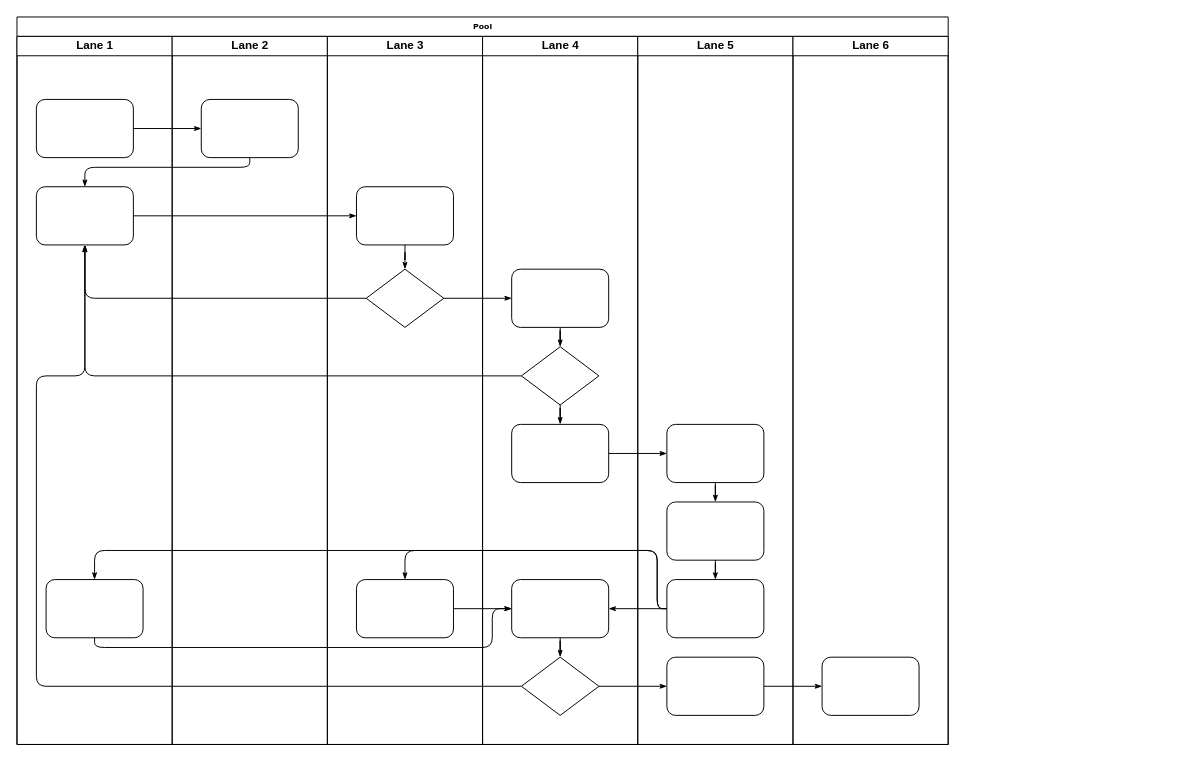
The draw.io diagram 现券交易时序图.drawio in steven-turing/draw, before the edit. Source tidied: cells renumbered, new cells numbered last; positions are measured from the earlier drawing's top-left corner, leaving out a move shared by most shapes. Both pictures are drawn from the tidied source at 97%, with x=0, y=0 at pixel (16, 16).
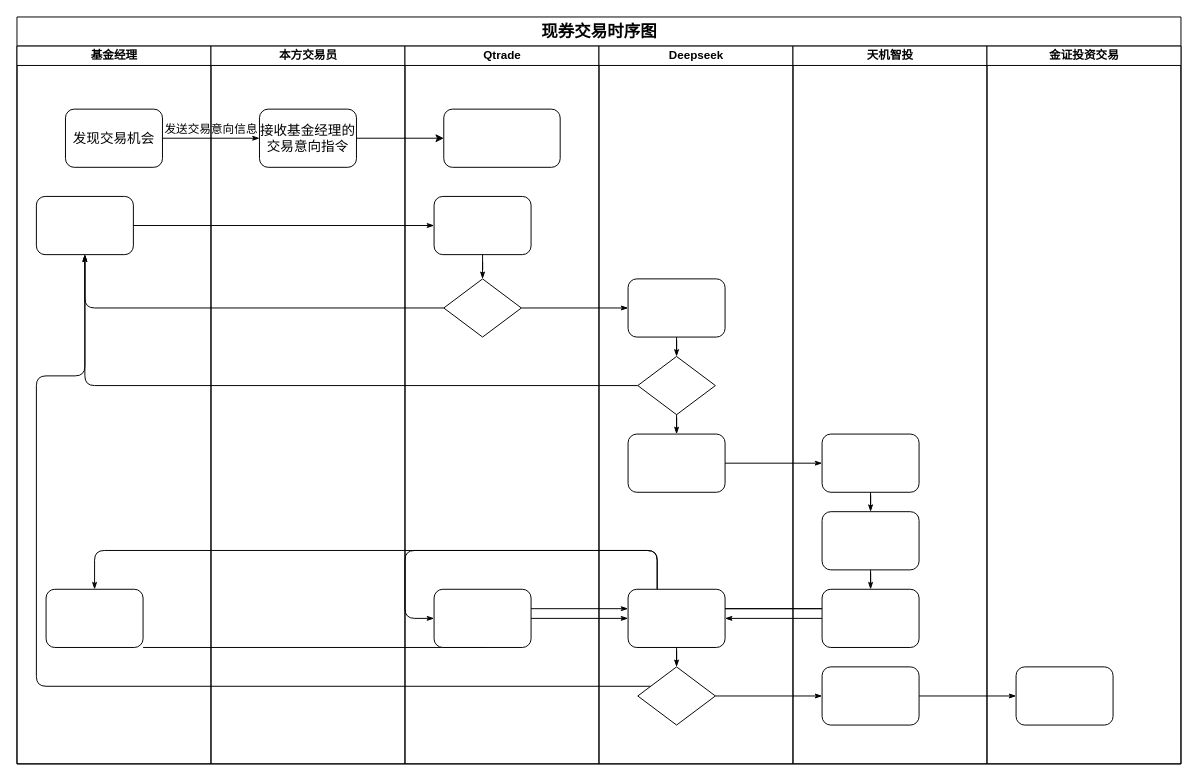
After the change.

Commit message:
更新现券交易时序图.drawio

Diff of the diagram source:
```diff
@@
-    <mxCell id="2" value="Pool" style="swimlane;html=1;startSize=20;rounded=0;shadow=0;labelBackgroundColor=none;strokeWidth=1;fontFamily=Verdana;fontSize=8;align=center;" parent="1" vertex="1">
-      <mxGeometry width="960" height="750" as="geometry" />
+    <mxCell id="2" value="&lt;font style=&quot;font-size: 17px;&quot;&gt;现券交易时序图&lt;/font&gt;" style="swimlane;html=1;startSize=30;rounded=0;shadow=0;labelBackgroundColor=none;strokeWidth=1;fontFamily=Verdana;fontSize=8;align=center;" parent="1" vertex="1">
+      <mxGeometry width="1200" height="770" as="geometry" />
     </mxCell>
-    <mxCell id="3" value="Lane 1" style="swimlane;html=1;startSize=20;" parent="2" vertex="1">
-      <mxGeometry y="20" width="160" height="730" as="geometry" />
+    <mxCell id="3" value="基金经理" style="swimlane;html=1;startSize=20;" parent="2" vertex="1">
+      <mxGeometry y="30" width="200" height="740" as="geometry" />
     </mxCell>
+    <mxCell id="5" style="rounded=1;whiteSpace=wrap;html=1;shadow=0;labelBackgroundColor=none;strokeWidth=1;fontFamily=Verdana;fontSize=8;align=center;" parent="3" vertex="1">
+      <mxGeometry x="20" y="155" width="100" height="60" as="geometry" />
+    </mxCell>
-    <mxCell id="4" style="rounded=1;whiteSpace=wrap;html=1;shadow=0;labelBackgroundColor=none;strokeWidth=1;fontFamily=Verdana;fontSize=8;align=center;" parent="3" vertex="1">
-      <mxGeometry x="20" y="65" width="100" height="60" as="geometry" />
+    <mxCell id="4" value="&lt;font style=&quot;font-size: 14px;&quot;&gt;发现交易机会&lt;/font&gt;" style="rounded=1;whiteSpace=wrap;html=1;shadow=0;labelBackgroundColor=none;strokeWidth=1;fontFamily=Verdana;fontSize=14;align=center;" parent="3" vertex="1">
+      <mxGeometry x="50" y="65" width="100" height="60" as="geometry" />
     </mxCell>
-    <mxCell id="5" style="rounded=1;whiteSpace=wrap;html=1;shadow=0;labelBackgroundColor=none;strokeWidth=1;fontFamily=Verdana;fontSize=8;align=center;" parent="3" vertex="1">
-      <mxGeometry x="20" y="155" width="100" height="60" as="geometry" />
-    </mxCell>
@@
-    <mxCell id="7" style="edgeStyle=orthogonalEdgeStyle;rounded=1;html=1;labelBackgroundColor=none;startArrow=none;startFill=0;startSize=5;endArrow=classicThin;endFill=1;endSize=5;jettySize=auto;strokeWidth=1;fontFamily=Verdana;fontSize=8;" parent="2" edge="1" source="4" target="23">
+    <mxCell id="7" value="发送交易意向信息" style="edgeStyle=orthogonalEdgeStyle;rounded=1;html=1;labelBackgroundColor=none;startArrow=none;startFill=0;startSize=5;endArrow=classicThin;endFill=1;endSize=5;jettySize=auto;strokeWidth=1;fontFamily=Verdana;fontSize=12;verticalAlign=bottom;" parent="2" edge="1" source="4" target="23">
       <mxGeometry relative="1" as="geometry" />
     </mxCell>
-    <mxCell id="8" style="edgeStyle=orthogonalEdgeStyle;rounded=1;html=1;labelBackgroundColor=none;startArrow=none;startFill=0;startSize=5;endArrow=classicThin;endFill=1;endSize=5;jettySize=auto;strokeWidth=1;fontFamily=Verdana;fontSize=8;" parent="2" edge="1" source="23" target="5">
-      <mxGeometry relative="1" as="geometry">
-        <Array as="points">
-          <mxPoint x="240" y="155" />
-          <mxPoint x="70" y="155" />
-        </Array>
-      </mxGeometry>
-    </mxCell>
@@
-    <mxCell id="22" value="Lane 2" style="swimlane;html=1;startSize=20;" parent="2" vertex="1">
-      <mxGeometry x="160" y="20" width="160" height="730" as="geometry" />
+    <mxCell id="22" value="本方交易员" style="swimlane;html=1;startSize=20;" parent="2" vertex="1">
+      <mxGeometry x="200" y="30" width="200" height="740" as="geometry" />
     </mxCell>
-    <mxCell id="23" style="rounded=1;whiteSpace=wrap;html=1;shadow=0;labelBackgroundColor=none;strokeWidth=1;fontFamily=Verdana;fontSize=8;align=center;" parent="22" vertex="1">
-      <mxGeometry x="30" y="65" width="100" height="60" as="geometry" />
+    <mxCell id="23" value="接收基金经理的交易意向指令" style="rounded=1;whiteSpace=wrap;html=1;shadow=0;labelBackgroundColor=none;strokeWidth=1;fontFamily=Verdana;fontSize=14;align=center;" parent="22" vertex="1">
+      <mxGeometry x="50" y="65" width="100" height="60" as="geometry" />
     </mxCell>
-    <mxCell id="24" value="Lane 3" style="swimlane;html=1;startSize=20;" parent="2" vertex="1">
-      <mxGeometry x="320" y="20" width="160" height="730" as="geometry" />
+    <mxCell id="24" value="Qtrade" style="swimlane;html=1;startSize=20;" parent="2" vertex="1">
+      <mxGeometry x="400" y="30" width="200" height="740" as="geometry" />
     </mxCell>
@@
+    <mxCell id="47" style="rounded=1;whiteSpace=wrap;html=1;" parent="24" vertex="1">
+      <mxGeometry x="40" y="65" width="120" height="60" as="geometry" />
+    </mxCell>
-    <mxCell id="29" value="Lane 4" style="swimlane;html=1;startSize=20;" parent="2" vertex="1">
-      <mxGeometry x="480" y="20" width="160" height="730" as="geometry" />
+    <mxCell id="29" value="Deepseek" style="swimlane;html=1;startSize=20;" parent="2" vertex="1">
+      <mxGeometry x="600" y="30" width="200" height="740" as="geometry" />
     </mxCell>
@@
-    <mxCell id="38" value="Lane 5" style="swimlane;html=1;startSize=20;" parent="2" vertex="1">
-      <mxGeometry x="640" y="20" width="160" height="730" as="geometry" />
+    <mxCell id="38" value="天机智投" style="swimlane;html=1;startSize=20;" parent="2" vertex="1">
+      <mxGeometry x="800" y="30" width="200" height="740" as="geometry" />
     </mxCell>
@@
-    <mxCell id="45" value="Lane 6" style="swimlane;html=1;startSize=20;" parent="2" vertex="1">
-      <mxGeometry x="800" y="20" width="160" height="730" as="geometry" />
+    <mxCell id="45" value="金证投资交易" style="swimlane;html=1;startSize=20;" parent="2" vertex="1">
+      <mxGeometry x="1000" y="30" width="200" height="740" as="geometry" />
     </mxCell>
@@
+    <mxCell id="48" style="edgeStyle=orthogonalEdgeStyle;rounded=0;jettySize=auto;html=1;exitX=1;exitY=0.5;exitDx=0;exitDy=0;" parent="2" edge="1" source="23" target="47">
+      <mxGeometry relative="1" as="geometry" />
+    </mxCell>
```
